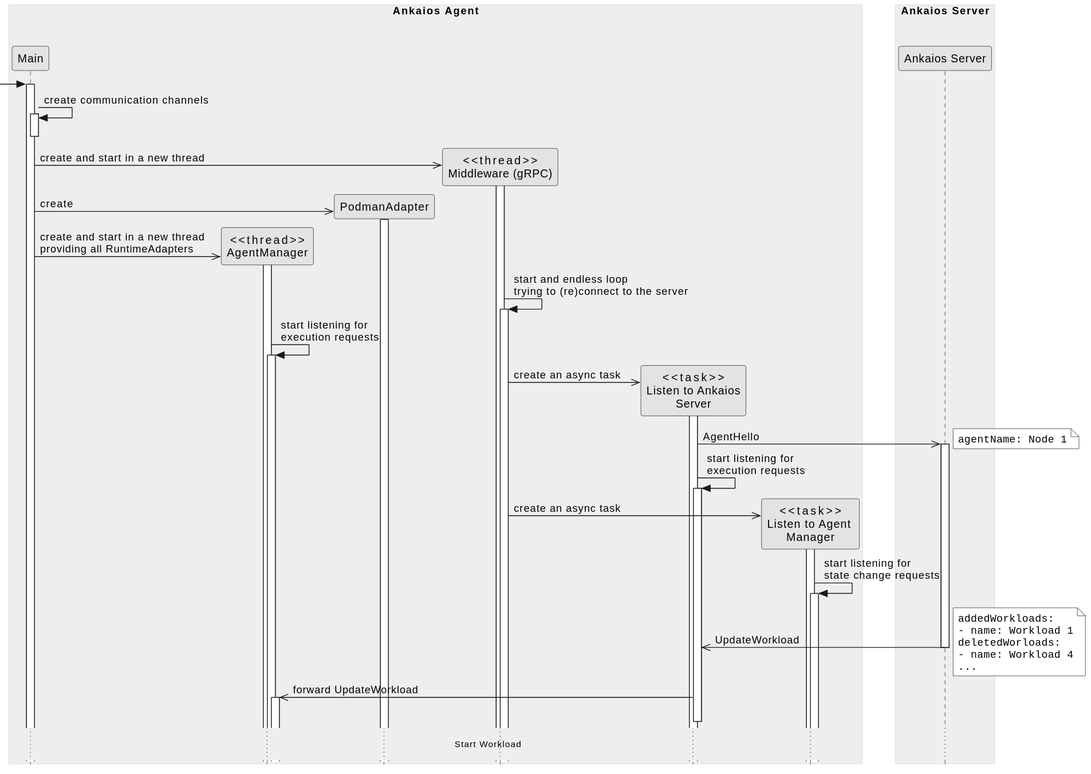
Before: agent/doc/swdesign/plantuml/seq_startup.svg, a diagram exported from PlantUML (eclipse-ankaios/ankaios). The source it was exported from:
```plantuml
@startuml seq_startup
!include ../../../../resources/doc/plantuml/clean.skin

box "Ankaios Agent"
    participant Main as main

    participant "<<thread>>\nAgentManager" as manager

    participant "PodmanAdapter" as podman

    participant "<<thread>>\nMiddleware (gRPC)" as grpc_client
    participant "<<task>>\nListen to Ankaios\nServer" as listen_to_server
    participant "<<task>>\nListen to Agent \nManager" as listen_to_manager
end box

box "Ankaios Server"
    participant "Ankaios Server" as server
end box

-> main ++
main -> main ++--: create communication channels
main ->> grpc_client ** : create and start in a new thread
activate grpc_client
main ->> podman ** : create
activate podman
main ->> manager **: create and start in a new thread \nproviding all RuntimeAdapters
activate manager

grpc_client -> grpc_client ++: start and endless loop \ntrying to (re)connect to the server

manager -> manager ++: start listening for \nexecution requests

grpc_client ->> listen_to_server **: create an async task

activate listen_to_server
listen_to_server ->> server ++: AgentHello
note right
        ""agentName: Node 1""
end note
listen_to_server -> listen_to_server ++: start listening for \nexecution requests

grpc_client ->> listen_to_manager **: create an async task
activate listen_to_manager
listen_to_manager -> listen_to_manager ++: start listening for \nstate change requests

listen_to_server <<- server --: UpdateWorkload
note right
        ""addedWorkloads:""
        ""- name: Workload 1""
        ""deletedWorloads:""
        ""- name: Workload 4""
        ""...""
end note

listen_to_server ->> manager ++--: forward UpdateWorkload

... Start Workload ...

@enduml
```
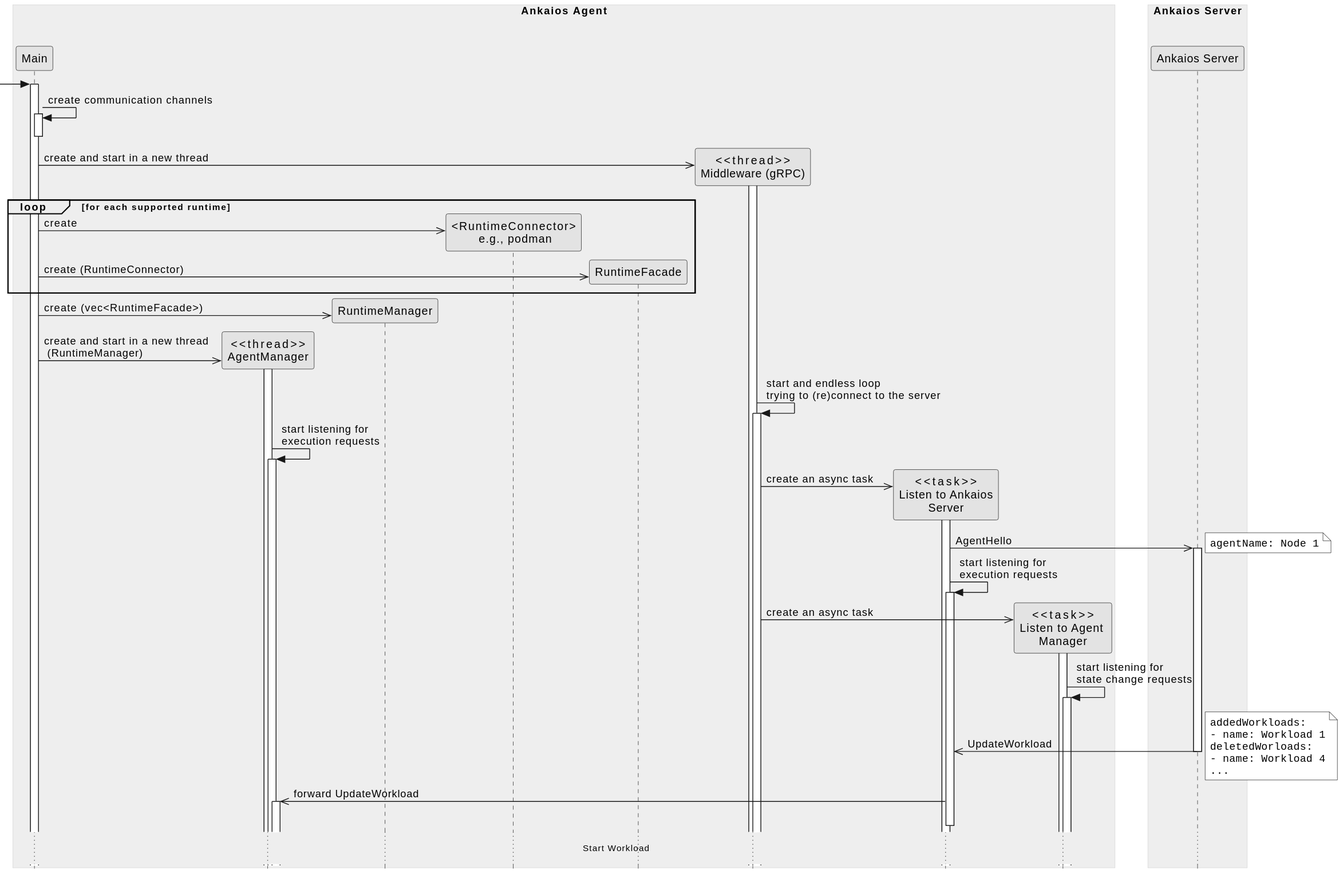
Above is the later version.

Change to the diagram source:
```diff
@@ -5,9 +5,9 @@
     participant Main as main
 
     participant "<<thread>>\nAgentManager" as manager
-
-    participant "PodmanAdapter" as podman
-
+    participant "RuntimeManager" as runtime_mgr
+    participant "<RuntimeConnector>\n e.g., podman" as runtime
+    participant "RuntimeFacade" as facade
     participant "<<thread>>\nMiddleware (gRPC)" as grpc_client
     participant "<<task>>\nListen to Ankaios\nServer" as listen_to_server
     participant "<<task>>\nListen to Agent \nManager" as listen_to_manager
@@ -21,9 +21,13 @@
 main -> main ++--: create communication channels
 main ->> grpc_client ** : create and start in a new thread
 activate grpc_client
-main ->> podman ** : create
-activate podman
-main ->> manager **: create and start in a new thread \nproviding all RuntimeAdapters
+loop for each supported runtime
+    main ->> runtime ** : create
+    main ->> facade ** : create (RuntimeConnector)
+end
+main ->> runtime_mgr ** : create (vec<RuntimeFacade>)
+
+main ->> manager **: create and start in a new thread\n (RuntimeManager)
 activate manager
 
 grpc_client -> grpc_client ++: start and endless loop \ntrying to (re)connect to the server
```
